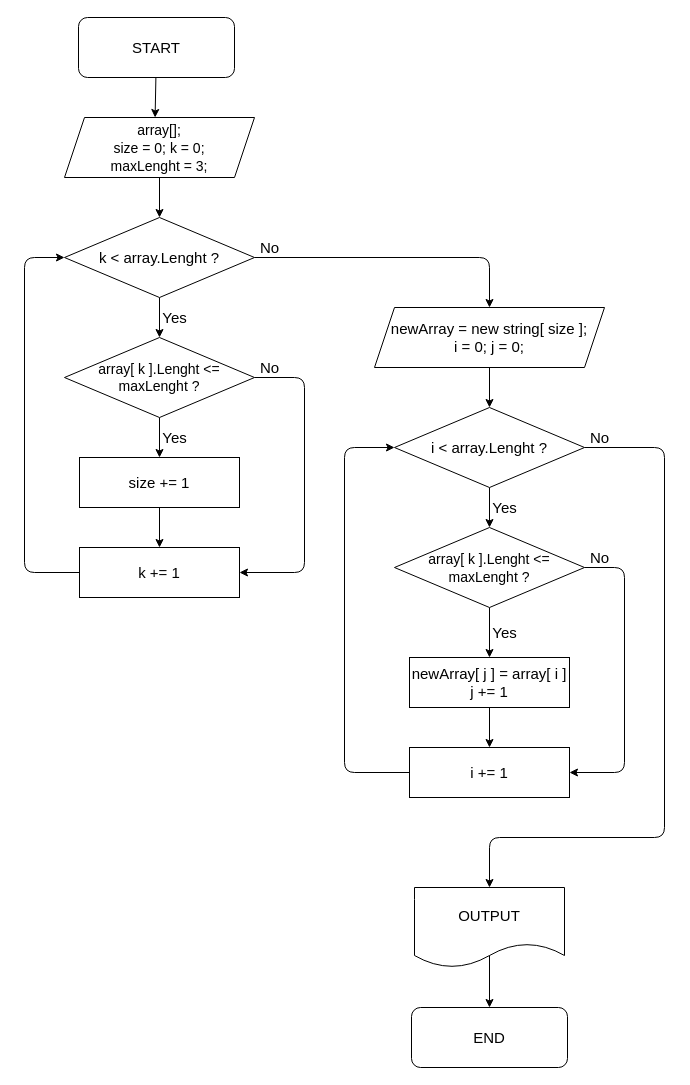
Above: SpecTest.drawio in W1ndDancer/SpecializationTest (draw.io), before the change. Source tidied: cells renumbered, new cells numbered last; positions are measured from the earlier drawing's top-left corner, leaving out a move shared by most shapes. Both pictures are drawn from the tidied source at 100%, with x=0, y=0 at pixel (24, 17).
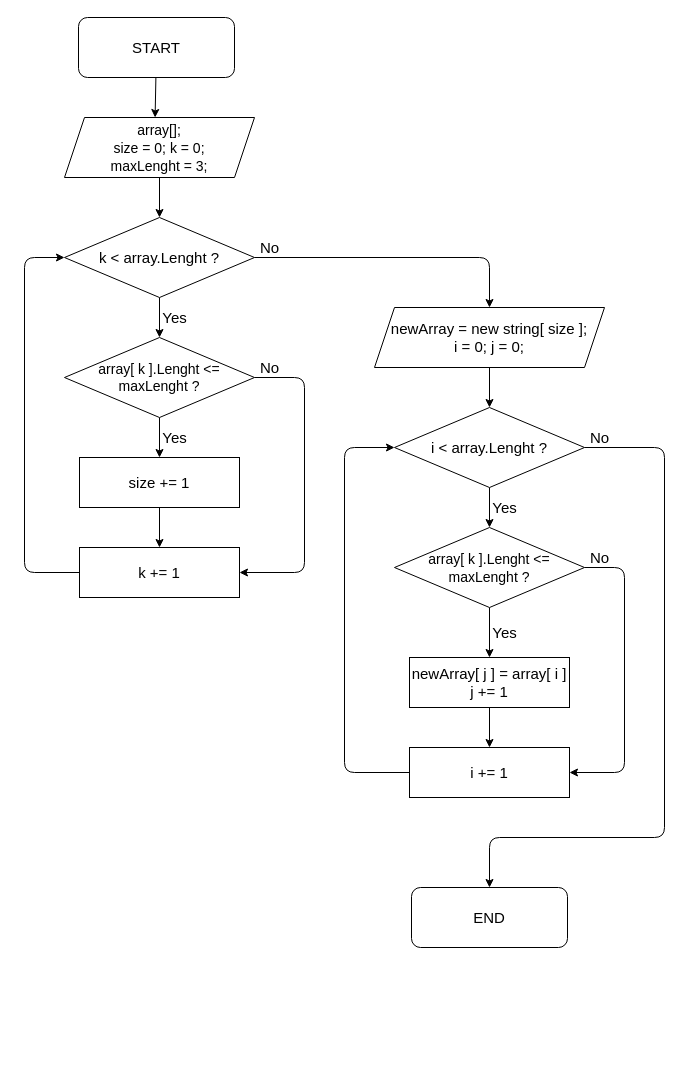
The same diagram, later.

The change refers to these unchanged cells:
```xml
<mxCell id="18" value="&lt;span style=&quot;font-size: 15px;&quot;&gt;i &amp;lt; array.Lenght ?&lt;/span&gt;" style="rhombus;whiteSpace=wrap;html=1;fontSize=15;" parent="1" vertex="1">
  <mxGeometry x="370" y="390" width="190" height="80" as="geometry" />
</mxCell>
```

What changed in the source:
```diff
@@
-    <mxCell id="17" style="edgeStyle=none;html=1;exitX=1;exitY=0.5;exitDx=0;exitDy=0;entryX=0.5;entryY=0;entryDx=0;entryDy=0;" parent="1" edge="1" source="18" target="27">
+    <mxCell id="17" style="edgeStyle=none;html=1;exitX=1;exitY=0.5;exitDx=0;exitDy=0;entryX=0.5;entryY=0;entryDx=0;entryDy=0;" parent="1" edge="1" source="18">
       <mxGeometry relative="1" as="geometry">
+        <mxPoint x="465" y="870" as="targetPoint" />
         <Array as="points">
           <mxPoint x="640" y="430" />
           <mxPoint x="640" y="820" />
           <mxPoint x="465" y="820" />
         </Array>
       </mxGeometry>
     </mxCell>
@@
-    <mxCell id="26" style="edgeStyle=none;html=1;exitX=0.5;exitY=0;exitDx=0;exitDy=0;" parent="1" edge="1" source="27" target="28">
-      <mxGeometry relative="1" as="geometry" />
-    </mxCell>
-    <mxCell id="27" value="OUTPUT" style="shape=document;whiteSpace=wrap;html=1;boundedLbl=1;fontSize=15;" parent="1" vertex="1">
-      <mxGeometry x="390" y="870" width="150" height="80" as="geometry" />
-    </mxCell>
     <mxCell id="28" value="END" style="rounded=1;whiteSpace=wrap;html=1;fontSize=15;" parent="1" vertex="1">
-      <mxGeometry x="387" y="990" width="156" height="60" as="geometry" />
+      <mxGeometry x="387" y="870" width="156" height="60" as="geometry" />
     </mxCell>
```
